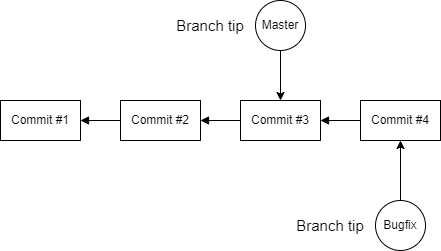
This is Assets/images/git-branch-overview.png from braboj/tutorial-git, a draw.io export, as it was before one commit. Source tidied: cells renumbered, new cells last; positions are measured from the earlier drawing's top-left corner, leaving out a move shared by most shapes. Source of this version:
```xml
<mxGraphModel>
  <root>
    <mxCell id="0" />
    <mxCell id="1" parent="0" />
    <mxCell id="2" style="edgeStyle=orthogonalEdgeStyle;rounded=0;jettySize=auto;html=1;entryX=0;entryY=0.5;entryDx=0;entryDy=0;startArrow=block;startFill=1;endArrow=none;endFill=0;" parent="1" edge="1" source="3" target="5">
      <mxGeometry relative="1" as="geometry" />
    </mxCell>
    <mxCell id="3" value="Commit #1" style="rounded=0;whiteSpace=wrap;html=1;" parent="1" vertex="1">
      <mxGeometry y="100" width="80" height="40" as="geometry" />
    </mxCell>
    <mxCell id="4" style="edgeStyle=orthogonalEdgeStyle;rounded=0;jettySize=auto;html=1;startArrow=block;startFill=1;endArrow=none;endFill=0;" parent="1" edge="1" source="5" target="7">
      <mxGeometry relative="1" as="geometry" />
    </mxCell>
    <mxCell id="5" value="Commit #2" style="rounded=0;whiteSpace=wrap;html=1;" parent="1" vertex="1">
      <mxGeometry x="120" y="100" width="80" height="40" as="geometry" />
    </mxCell>
    <mxCell id="6" style="edgeStyle=orthogonalEdgeStyle;rounded=0;jettySize=auto;html=1;entryX=0;entryY=0.5;entryDx=0;entryDy=0;startArrow=block;startFill=1;endArrow=none;endFill=0;" parent="1" edge="1" source="7" target="10">
      <mxGeometry relative="1" as="geometry" />
    </mxCell>
    <mxCell id="7" value="Commit #3" style="rounded=0;whiteSpace=wrap;html=1;" parent="1" vertex="1">
      <mxGeometry x="240" y="100" width="80" height="40" as="geometry" />
    </mxCell>
    <mxCell id="8" style="edgeStyle=orthogonalEdgeStyle;rounded=0;jettySize=auto;html=1;entryX=0.5;entryY=0;entryDx=0;entryDy=0;" parent="1" edge="1" source="9" target="7">
      <mxGeometry relative="1" as="geometry" />
    </mxCell>
    <mxCell id="9" value="Master" style="ellipse;whiteSpace=wrap;html=1;" parent="1" vertex="1">
      <mxGeometry x="255" width="50" height="50" as="geometry" />
    </mxCell>
    <mxCell id="10" value="Commit #4" style="rounded=0;whiteSpace=wrap;html=1;" parent="1" vertex="1">
      <mxGeometry x="360" y="100" width="80" height="40" as="geometry" />
    </mxCell>
    <mxCell id="11" style="edgeStyle=orthogonalEdgeStyle;rounded=0;jettySize=auto;html=1;entryX=0.5;entryY=1;entryDx=0;entryDy=0;" parent="1" edge="1" source="12" target="10">
      <mxGeometry relative="1" as="geometry" />
    </mxCell>
    <mxCell id="12" value="Bugfix" style="ellipse;whiteSpace=wrap;html=1;" parent="1" vertex="1">
      <mxGeometry x="375" y="200" width="50" height="50" as="geometry" />
    </mxCell>
    <mxCell id="13" value="Branch tip" style="text;html=1;strokeColor=none;fillColor=none;align=center;verticalAlign=middle;whiteSpace=wrap;rounded=0;sketch=1;fontFamily=Helvetica;fontSize=15;" parent="1" vertex="1">
      <mxGeometry x="170" y="10" width="80" height="30" as="geometry" />
    </mxCell>
    <mxCell id="14" value="Branch tip" style="text;html=1;strokeColor=none;fillColor=none;align=center;verticalAlign=middle;whiteSpace=wrap;rounded=0;sketch=1;fontFamily=Helvetica;fontSize=15;" parent="1" vertex="1">
      <mxGeometry x="290" y="210" width="80" height="30" as="geometry" />
    </mxCell>
  </root>
</mxGraphModel>
```
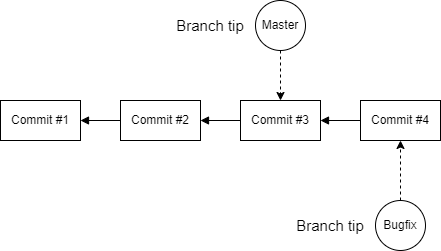
The same file after the commit.

What changed in the source:
```diff
@@ -20,7 +20,7 @@
     <mxCell id="7" value="Commit #3" style="rounded=0;whiteSpace=wrap;html=1;" parent="1" vertex="1">
       <mxGeometry x="240" y="100" width="80" height="40" as="geometry" />
     </mxCell>
-    <mxCell id="8" style="edgeStyle=orthogonalEdgeStyle;rounded=0;jettySize=auto;html=1;entryX=0.5;entryY=0;entryDx=0;entryDy=0;" parent="1" edge="1" source="9" target="7">
+    <mxCell id="8" style="edgeStyle=orthogonalEdgeStyle;rounded=0;jettySize=auto;html=1;entryX=0.5;entryY=0;entryDx=0;entryDy=0;dashed=1;" parent="1" edge="1" source="9" target="7">
       <mxGeometry relative="1" as="geometry" />
     </mxCell>
     <mxCell id="9" value="Master" style="ellipse;whiteSpace=wrap;html=1;" parent="1" vertex="1">
@@ -29,7 +29,7 @@
     <mxCell id="10" value="Commit #4" style="rounded=0;whiteSpace=wrap;html=1;" parent="1" vertex="1">
       <mxGeometry x="360" y="100" width="80" height="40" as="geometry" />
     </mxCell>
-    <mxCell id="11" style="edgeStyle=orthogonalEdgeStyle;rounded=0;jettySize=auto;html=1;entryX=0.5;entryY=1;entryDx=0;entryDy=0;" parent="1" edge="1" source="12" target="10">
+    <mxCell id="11" style="edgeStyle=orthogonalEdgeStyle;rounded=0;jettySize=auto;html=1;entryX=0.5;entryY=1;entryDx=0;entryDy=0;dashed=1;" parent="1" edge="1" source="12" target="10">
       <mxGeometry relative="1" as="geometry" />
     </mxCell>
     <mxCell id="12" value="Bugfix" style="ellipse;whiteSpace=wrap;html=1;" parent="1" vertex="1">
```
